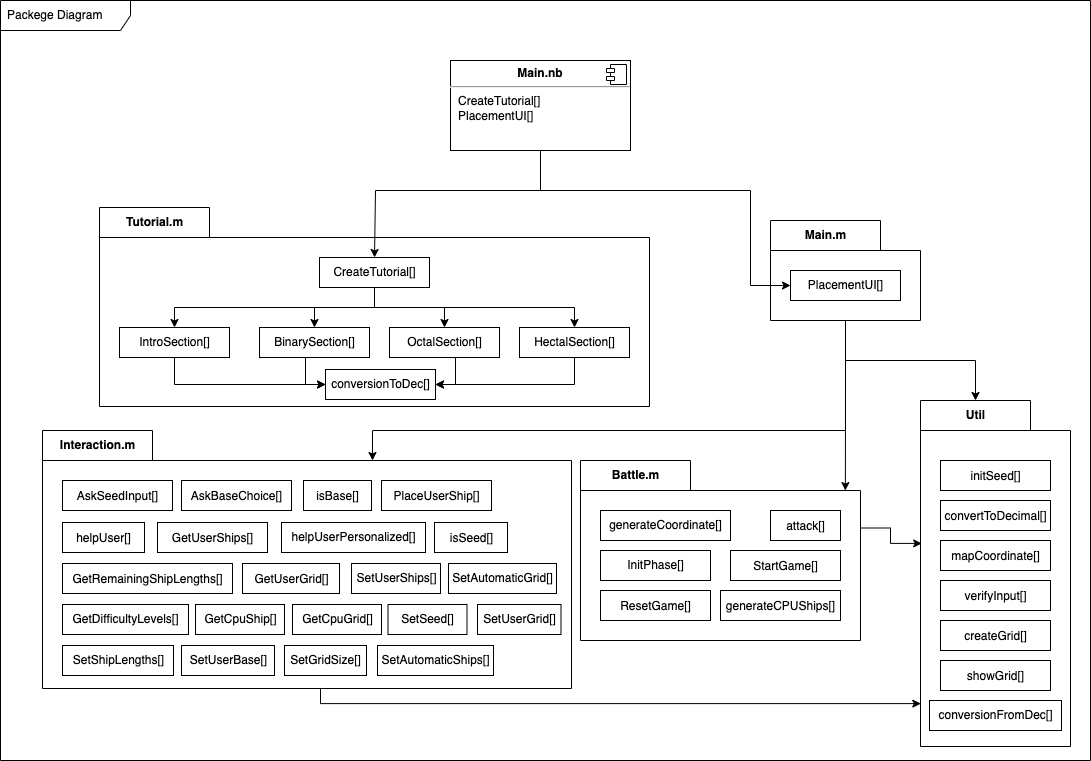
This is Documentazione/Diagram/PackageDiagram.drawio.png from DanyR2001/A_colpi_di_bit, a draw.io export, as it was before one commit. Source tidied: cells renumbered, new cells last; positions are measured from the earlier drawing's top-left corner, leaving out a move shared by most shapes.
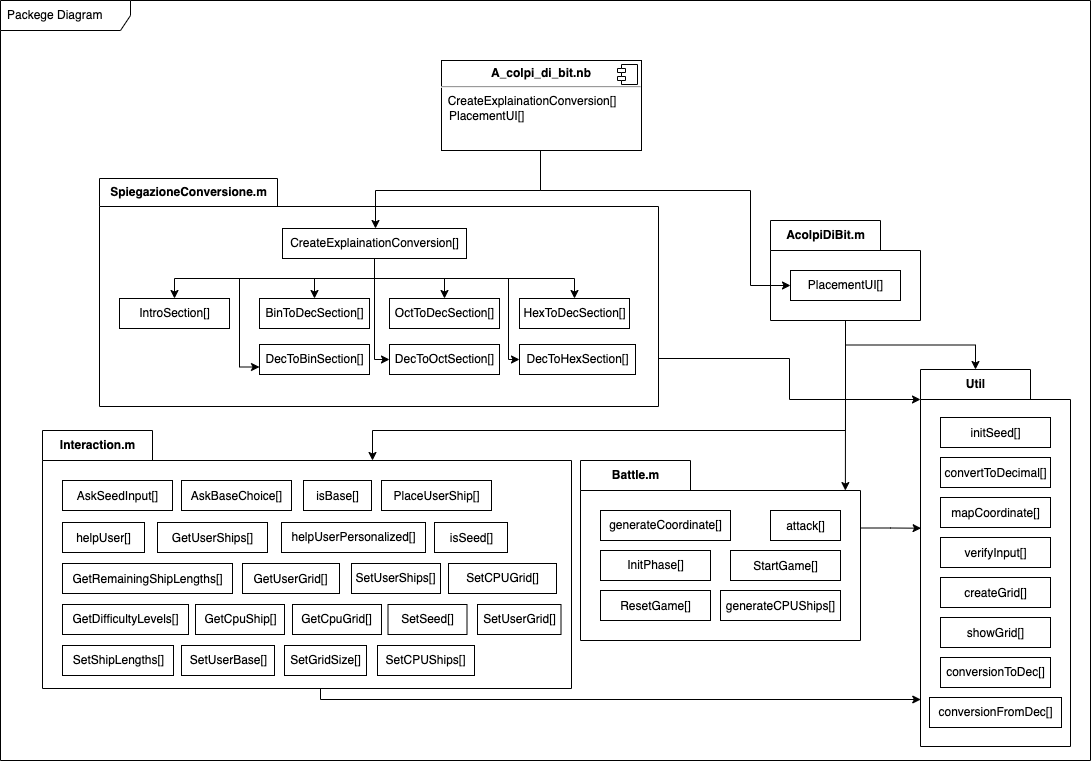
After the commit.

Commit message:
Rinominazione varabili + diagramma + alcune basi

What changed in the source:
```diff
@@ -16,7 +16,7 @@
     <mxCell id="4" style="edgeStyle=orthogonalEdgeStyle;rounded=0;jettySize=auto;html=1;exitX=0.5;exitY=1;exitDx=0;exitDy=0;exitPerimeter=0;entryX=0;entryY=0;entryDx=55;entryDy=0;entryPerimeter=0;fontFamily=Helvetica;fontSize=12;fontColor=default;" parent="1" edge="1" source="5" target="58">
       <mxGeometry relative="1" as="geometry" />
     </mxCell>
-    <mxCell id="5" value="Main.m" style="shape=folder;fontStyle=1;tabWidth=110;tabHeight=30;tabPosition=left;html=1;boundedLbl=1;labelInHeader=1;fontFamily=Helvetica;fontSize=12;fontColor=default;fillColor=none;" parent="1" vertex="1">
+    <mxCell id="5" value="AcolpiDiBit.m" style="shape=folder;fontStyle=1;tabWidth=110;tabHeight=30;tabPosition=left;html=1;boundedLbl=1;labelInHeader=1;fontFamily=Helvetica;fontSize=12;fontColor=default;fillColor=none;" parent="1" vertex="1">
       <mxGeometry x="770" y="220" width="150" height="100" as="geometry" />
     </mxCell>
     <mxCell id="6" value="PlacementUI[]" style="html=1;fontFamily=Helvetica;fontSize=12;fontColor=default;fillColor=none;" parent="5" vertex="1">
@@ -29,8 +29,16 @@
         <mxPoint x="75" y="100" as="sourcePoint" />
       </mxGeometry>
     </mxCell>
+    <mxCell id="66" style="edgeStyle=orthogonalEdgeStyle;rounded=0;jettySize=auto;html=1;entryX=0;entryY=0;entryDx=0;entryDy=30;entryPerimeter=0;" parent="1" edge="1" source="8" target="58">
+      <mxGeometry relative="1" as="geometry">
+        <Array as="points">
+          <mxPoint x="789" y="358" />
+          <mxPoint x="789" y="399" />
+        </Array>
+      </mxGeometry>
+    </mxCell>
-    <mxCell id="8" value="Tutorial.m" style="shape=folder;fontStyle=1;tabWidth=110;tabHeight=30;tabPosition=left;html=1;boundedLbl=1;labelInHeader=1;fontFamily=Helvetica;fontSize=12;fontColor=default;fillColor=none;" parent="1" vertex="1">
-      <mxGeometry x="99" y="207" width="550" height="199" as="geometry" />
+    <mxCell id="8" value="SpiegazioneConversione.m" style="shape=folder;fontStyle=1;tabWidth=178;tabHeight=28;tabPosition=left;html=1;boundedLbl=1;labelInHeader=1;fontFamily=Helvetica;fontSize=12;fontColor=default;fillColor=none;" parent="1" vertex="1">
+      <mxGeometry x="99" y="178" width="559" height="228" as="geometry" />
     </mxCell>
     <mxCell id="9" style="edgeStyle=orthogonalEdgeStyle;rounded=0;jettySize=auto;html=1;entryX=0.5;entryY=0;entryDx=0;entryDy=0;fontFamily=Helvetica;fontSize=12;fontColor=default;" parent="8" edge="1" source="13" target="15">
       <mxGeometry relative="1" as="geometry">
@@ -59,50 +67,57 @@
         </Array>
       </mxGeometry>
     </mxCell>
+    <mxCell id="67" style="edgeStyle=orthogonalEdgeStyle;rounded=0;jettySize=auto;html=1;entryX=0;entryY=0.75;entryDx=0;entryDy=0;" parent="8" edge="1" source="13" target="70">
+      <mxGeometry relative="1" as="geometry">
+        <Array as="points">
+          <mxPoint x="275" y="100" />
+          <mxPoint x="140" y="100" />
+          <mxPoint x="140" y="188" />
+        </Array>
+      </mxGeometry>
+    </mxCell>
+    <mxCell id="68" style="edgeStyle=orthogonalEdgeStyle;rounded=0;jettySize=auto;html=1;entryX=0;entryY=0.5;entryDx=0;entryDy=0;" parent="8" edge="1" source="13" target="71">
+      <mxGeometry relative="1" as="geometry">
+        <Array as="points">
+          <mxPoint x="275" y="181" />
+        </Array>
+      </mxGeometry>
+    </mxCell>
+    <mxCell id="69" style="edgeStyle=orthogonalEdgeStyle;rounded=0;jettySize=auto;html=1;entryX=0;entryY=0.5;entryDx=0;entryDy=0;" parent="8" edge="1" source="13" target="72">
+      <mxGeometry relative="1" as="geometry">
+        <Array as="points">
+          <mxPoint x="275" y="100" />
+          <mxPoint x="409" y="100" />
+          <mxPoint x="409" y="181" />
+        </Array>
+      </mxGeometry>
+    </mxCell>
-    <mxCell id="13" value="CreateTutorial[]" style="html=1;fontFamily=Helvetica;fontSize=12;fontColor=default;fillColor=none;" parent="8" vertex="1">
-      <mxGeometry width="110" height="30" relative="1" as="geometry">
-        <mxPoint x="220" y="50" as="offset" />
+    <mxCell id="13" value="CreateExplainationConversion[]" style="html=1;fontFamily=Helvetica;fontSize=12;fontColor=default;fillColor=none;" parent="8" vertex="1">
+      <mxGeometry width="184" height="30" relative="1" as="geometry">
+        <mxPoint x="183" y="50" as="offset" />
       </mxGeometry>
     </mxCell>
-    <mxCell id="14" style="edgeStyle=orthogonalEdgeStyle;rounded=0;jettySize=auto;html=1;exitX=0.5;exitY=1;exitDx=0;exitDy=0;entryX=0;entryY=0.5;entryDx=0;entryDy=0;" parent="8" edge="1" source="15" target="21">
-      <mxGeometry relative="1" as="geometry" />
-    </mxCell>
     <mxCell id="15" value="IntroSection[]" style="html=1;fontFamily=Helvetica;fontSize=12;fontColor=default;fillColor=none;" parent="8" vertex="1">
       <mxGeometry x="20" y="120" width="110" height="30" as="geometry" />
     </mxCell>
-    <mxCell id="16" value="BinarySection[]" style="html=1;fontFamily=Helvetica;fontSize=12;fontColor=default;fillColor=none;" parent="8" vertex="1">
+    <mxCell id="16" value="BinToDecSection[]" style="html=1;fontFamily=Helvetica;fontSize=12;fontColor=default;fillColor=none;" parent="8" vertex="1">
       <mxGeometry x="160" y="120" width="110" height="30" as="geometry" />
     </mxCell>
-    <mxCell id="17" style="edgeStyle=orthogonalEdgeStyle;rounded=0;jettySize=auto;html=1;entryX=1;entryY=0.5;entryDx=0;entryDy=0;" parent="8" edge="1" source="18" target="21">
-      <mxGeometry relative="1" as="geometry">
-        <Array as="points">
-          <mxPoint x="356" y="177" />
-        </Array>
-      </mxGeometry>
-    </mxCell>
-    <mxCell id="18" value="OctalSection[]" style="html=1;fontFamily=Helvetica;fontSize=12;fontColor=default;fillColor=none;" parent="8" vertex="1">
+    <mxCell id="18" value="OctToDecSection[]" style="html=1;fontFamily=Helvetica;fontSize=12;fontColor=default;fillColor=none;" parent="8" vertex="1">
       <mxGeometry x="290" y="120" width="110" height="30" as="geometry" />
     </mxCell>
-    <mxCell id="19" style="edgeStyle=orthogonalEdgeStyle;rounded=0;jettySize=auto;html=1;entryX=1;entryY=0.5;entryDx=0;entryDy=0;" parent="8" edge="1" source="20" target="21">
-      <mxGeometry relative="1" as="geometry">
-        <Array as="points">
-          <mxPoint x="475" y="177" />
-        </Array>
-      </mxGeometry>
-    </mxCell>
-    <mxCell id="20" value="HectalSection[]" style="html=1;fontFamily=Helvetica;fontSize=12;fontColor=default;fillColor=none;" parent="8" vertex="1">
+    <mxCell id="20" value="HexToDecSection[]" style="html=1;fontFamily=Helvetica;fontSize=12;fontColor=default;fillColor=none;" parent="8" vertex="1">
       <mxGeometry x="420" y="120" width="110" height="30" as="geometry" />
     </mxCell>
-    <mxCell id="21" value="conversionToDec[]" style="html=1;fontFamily=Helvetica;fontSize=12;fontColor=default;fillColor=none;" parent="8" vertex="1">
-      <mxGeometry x="226" y="162" width="110" height="30" as="geometry" />
-    </mxCell>
-    <mxCell id="22" style="edgeStyle=orthogonalEdgeStyle;rounded=0;jettySize=auto;html=1;entryX=0;entryY=0.5;entryDx=0;entryDy=0;" parent="8" edge="1" source="16" target="21">
-      <mxGeometry relative="1" as="geometry">
-        <Array as="points">
-          <mxPoint x="206" y="177" />
-        </Array>
-      </mxGeometry>
-    </mxCell>
+    <mxCell id="70" value="DecToBinSection[]" style="html=1;fontFamily=Helvetica;fontSize=12;fontColor=default;fillColor=none;" parent="8" vertex="1">
+      <mxGeometry x="160" y="166" width="110" height="30" as="geometry" />
+    </mxCell>
+    <mxCell id="71" value="DecToOctSection[]" style="html=1;fontFamily=Helvetica;fontSize=12;fontColor=default;fillColor=none;" parent="8" vertex="1">
+      <mxGeometry x="290" y="166" width="110" height="30" as="geometry" />
+    </mxCell>
+    <mxCell id="72" value="DecToHexSection[]" style="html=1;fontFamily=Helvetica;fontSize=12;fontColor=default;fillColor=none;" parent="8" vertex="1">
+      <mxGeometry x="420" y="166" width="116" height="30" as="geometry" />
+    </mxCell>
     <mxCell id="23" style="edgeStyle=orthogonalEdgeStyle;rounded=0;jettySize=auto;html=1;entryX=0.5;entryY=0;entryDx=0;entryDy=0;fontFamily=Helvetica;fontSize=12;fontColor=default;" parent="1" edge="1" source="25" target="13">
       <mxGeometry relative="1" as="geometry">
         <Array as="points">
@@ -120,8 +135,8 @@
         </Array>
       </mxGeometry>
     </mxCell>
-    <mxCell id="25" value="&lt;p style=&quot;margin: 0px ; margin-top: 6px ; text-align: center&quot;&gt;&lt;b&gt;Main.nb&lt;/b&gt;&lt;/p&gt;&lt;hr&gt;&lt;p style=&quot;margin: 0px ; margin-left: 8px&quot;&gt;CreateTutorial[]&lt;br&gt;PlacementUI[]&lt;/p&gt;" style="align=left;overflow=fill;html=1;fontFamily=Helvetica;fontSize=12;fontColor=default;fillColor=none;" parent="1" vertex="1">
-      <mxGeometry x="450" y="60" width="180" height="90" as="geometry" />
+    <mxCell id="25" value="&lt;p style=&quot;margin: 0px ; margin-top: 6px ; text-align: center&quot;&gt;&lt;b&gt;A_colpi_di_bit.nb&lt;/b&gt;&lt;/p&gt;&lt;hr&gt;&lt;span style=&quot;text-align: center&quot;&gt;&amp;nbsp; CreateExplainationConversion[]&lt;/span&gt;&lt;p style=&quot;margin: 0px ; margin-left: 8px&quot;&gt;PlacementUI[]&lt;/p&gt;" style="align=left;overflow=fill;html=1;fontFamily=Helvetica;fontSize=12;fontColor=default;fillColor=none;" parent="1" vertex="1">
+      <mxGeometry x="441" y="60" width="200" height="90" as="geometry" />
     </mxCell>
     <mxCell id="26" style="shape=component;jettyWidth=8;jettyHeight=4;fontFamily=Helvetica;fontSize=12;fontColor=default;fillColor=none;html=1;" parent="25" vertex="1">
       <mxGeometry x="1" width="20" height="20" relative="1" as="geometry">
@@ -131,7 +146,8 @@
     <mxCell id="27" style="edgeStyle=orthogonalEdgeStyle;rounded=0;jettySize=auto;html=1;entryX=0.002;entryY=0.876;entryDx=0;entryDy=0;entryPerimeter=0;fontFamily=Helvetica;fontSize=12;fontColor=default;" parent="1" edge="1" source="28" target="58">
       <mxGeometry relative="1" as="geometry">
         <Array as="points">
-          <mxPoint x="320" y="703" />
+          <mxPoint x="320" y="699" />
+          <mxPoint x="920" y="699" />
         </Array>
       </mxGeometry>
     </mxCell>
@@ -188,8 +204,8 @@
     <mxCell id="44" value="SetGridSize[]" style="html=1;fontFamily=Helvetica;fontSize=12;fontColor=default;fillColor=none;" parent="28" vertex="1">
       <mxGeometry x="242" y="215" width="82" height="30" as="geometry" />
     </mxCell>
-    <mxCell id="45" value="SetAutomaticShips[]" style="html=1;fontFamily=Helvetica;fontSize=12;fontColor=default;fillColor=none;" parent="28" vertex="1">
-      <mxGeometry x="335" y="215" width="116" height="30" as="geometry" />
+    <mxCell id="45" value="SetCPUShips[]" style="html=1;fontFamily=Helvetica;fontSize=12;fontColor=default;fillColor=none;" parent="28" vertex="1">
+      <mxGeometry x="335" y="215" width="97" height="30" as="geometry" />
     </mxCell>
     <mxCell id="46" value="SetSeed[]" style="html=1;fontFamily=Helvetica;fontSize=12;fontColor=default;fillColor=none;" parent="28" vertex="1">
       <mxGeometry x="345.5" y="174" width="79" height="30" as="geometry" />
@@ -197,14 +213,18 @@
     <mxCell id="47" value="SetUserShips[]" style="html=1;fontFamily=Helvetica;fontSize=12;fontColor=default;fillColor=none;" parent="28" vertex="1">
       <mxGeometry x="309" y="133" width="89" height="30" as="geometry" />
     </mxCell>
-    <mxCell id="48" value="SetAutomaticGrid[]" style="html=1;fontFamily=Helvetica;fontSize=12;fontColor=default;fillColor=none;" parent="28" vertex="1">
+    <mxCell id="48" value="SetCPUGrid[]" style="html=1;fontFamily=Helvetica;fontSize=12;fontColor=default;fillColor=none;" parent="28" vertex="1">
       <mxGeometry x="406" y="133" width="108" height="30" as="geometry" />
     </mxCell>
     <mxCell id="49" value="SetUserGrid[]" style="html=1;fontFamily=Helvetica;fontSize=12;fontColor=default;fillColor=none;" parent="28" vertex="1">
       <mxGeometry x="435" y="174" width="83.5" height="30" as="geometry" />
     </mxCell>
-    <mxCell id="50" style="edgeStyle=orthogonalEdgeStyle;rounded=0;jettySize=auto;html=1;exitX=0;exitY=0;exitDx=280;exitDy=67.5;exitPerimeter=0;entryX=0.008;entryY=0.413;entryDx=0;entryDy=0;entryPerimeter=0;fontFamily=Helvetica;fontSize=12;fontColor=default;" parent="1" edge="1" source="51" target="58">
-      <mxGeometry relative="1" as="geometry" />
+    <mxCell id="50" style="edgeStyle=orthogonalEdgeStyle;rounded=0;jettySize=auto;html=1;exitX=0;exitY=0;exitDx=280;exitDy=67.5;exitPerimeter=0;entryX=0.004;entryY=0.421;entryDx=0;entryDy=0;entryPerimeter=0;fontFamily=Helvetica;fontSize=12;fontColor=default;" parent="1" edge="1" source="51" target="58">
+      <mxGeometry relative="1" as="geometry">
+        <Array as="points">
+          <mxPoint x="890" y="527" />
+        </Array>
+      </mxGeometry>
     </mxCell>
     <mxCell id="51" value="Battle.m" style="shape=folder;fontStyle=1;tabWidth=110;tabHeight=30;tabPosition=left;html=1;boundedLbl=1;labelInHeader=1;fontFamily=Helvetica;fontSize=12;fontColor=default;fillColor=none;" parent="1" vertex="1">
       <mxGeometry x="580" y="460" width="280" height="180" as="geometry" />
@@ -230,30 +250,33 @@
       <mxGeometry x="20" y="90" width="110" height="30" as="geometry" />
     </mxCell>
     <mxCell id="58" value="Util" style="shape=folder;fontStyle=1;tabWidth=110;tabHeight=30;tabPosition=left;html=1;boundedLbl=1;labelInHeader=1;fontFamily=Helvetica;fontSize=12;fontColor=default;fillColor=none;" parent="1" vertex="1">
-      <mxGeometry x="920" y="400" width="150" height="346" as="geometry" />
+      <mxGeometry x="920" y="369" width="150" height="377" as="geometry" />
     </mxCell>
     <mxCell id="59" value="&lt;span&gt;&lt;font style=&quot;font-size: 12px&quot;&gt;initSeed[]&lt;/font&gt;&lt;/span&gt;&lt;span style=&quot;font-size: medium&quot;&gt;&lt;/span&gt;" style="html=1;fontFamily=Helvetica;fontSize=12;fontColor=default;fillColor=none;" parent="58" vertex="1">
       <mxGeometry width="110" height="30" relative="1" as="geometry">
-        <mxPoint x="20" y="60" as="offset" />
+        <mxPoint x="20" y="48" as="offset" />
       </mxGeometry>
     </mxCell>
     <mxCell id="60" value="&lt;span&gt;&lt;font style=&quot;font-size: 12px&quot;&gt;convertToDecimal[]&lt;/font&gt;&lt;/span&gt;&lt;span style=&quot;font-size: medium&quot;&gt;&lt;/span&gt;" style="html=1;fontFamily=Helvetica;fontSize=12;fontColor=default;fillColor=none;" parent="58" vertex="1">
-      <mxGeometry x="20" y="100" width="110" height="30" as="geometry" />
+      <mxGeometry x="20" y="88" width="110" height="30" as="geometry" />
     </mxCell>
     <mxCell id="61" value="&lt;span&gt;mapCoordinate[]&lt;/span&gt;&lt;span style=&quot;font-size: medium&quot;&gt;&lt;/span&gt;" style="html=1;fontFamily=Helvetica;fontSize=12;fontColor=default;fillColor=none;" parent="58" vertex="1">
-      <mxGeometry x="20" y="140" width="110" height="30" as="geometry" />
+      <mxGeometry x="20" y="128" width="110" height="30" as="geometry" />
     </mxCell>
     <mxCell id="62" value="&lt;span&gt;&lt;font style=&quot;font-size: 12px&quot;&gt;verifyInput[]&lt;/font&gt;&lt;/span&gt;&lt;span style=&quot;font-size: medium&quot;&gt;&lt;/span&gt;" style="html=1;fontFamily=Helvetica;fontSize=12;fontColor=default;fillColor=none;" parent="58" vertex="1">
-      <mxGeometry x="20" y="180" width="110" height="30" as="geometry" />
+      <mxGeometry x="20" y="168" width="110" height="30" as="geometry" />
     </mxCell>
     <mxCell id="63" value="&lt;span&gt;&lt;font style=&quot;font-size: 12px&quot;&gt;createGrid[]&lt;/font&gt;&lt;/span&gt;&lt;span style=&quot;font-size: medium&quot;&gt;&lt;/span&gt;" style="html=1;fontFamily=Helvetica;fontSize=12;fontColor=default;fillColor=none;" parent="58" vertex="1">
-      <mxGeometry x="20" y="220" width="110" height="30" as="geometry" />
+      <mxGeometry x="20" y="208" width="110" height="30" as="geometry" />
     </mxCell>
     <mxCell id="64" value="&lt;span&gt;&lt;font style=&quot;font-size: 12px&quot;&gt;showGrid[]&lt;/font&gt;&lt;/span&gt;&lt;span style=&quot;font-size: medium&quot;&gt;&lt;/span&gt;" style="html=1;fontFamily=Helvetica;fontSize=12;fontColor=default;fillColor=none;" parent="58" vertex="1">
-      <mxGeometry x="20" y="260" width="110" height="30" as="geometry" />
+      <mxGeometry x="20" y="248" width="110" height="30" as="geometry" />
     </mxCell>
     <mxCell id="65" value="conversionFromDec[]" style="html=1;fontFamily=Helvetica;fontSize=12;fontColor=default;fillColor=none;" parent="58" vertex="1">
-      <mxGeometry x="9" y="300" width="132" height="30" as="geometry" />
+      <mxGeometry x="9" y="328" width="132" height="30" as="geometry" />
     </mxCell>
+    <mxCell id="21" value="conversionToDec[]" style="html=1;fontFamily=Helvetica;fontSize=12;fontColor=default;fillColor=none;" parent="58" vertex="1">
+      <mxGeometry x="20" y="288" width="110" height="30" as="geometry" />
+    </mxCell>
   </root>
 </mxGraphModel>
```
